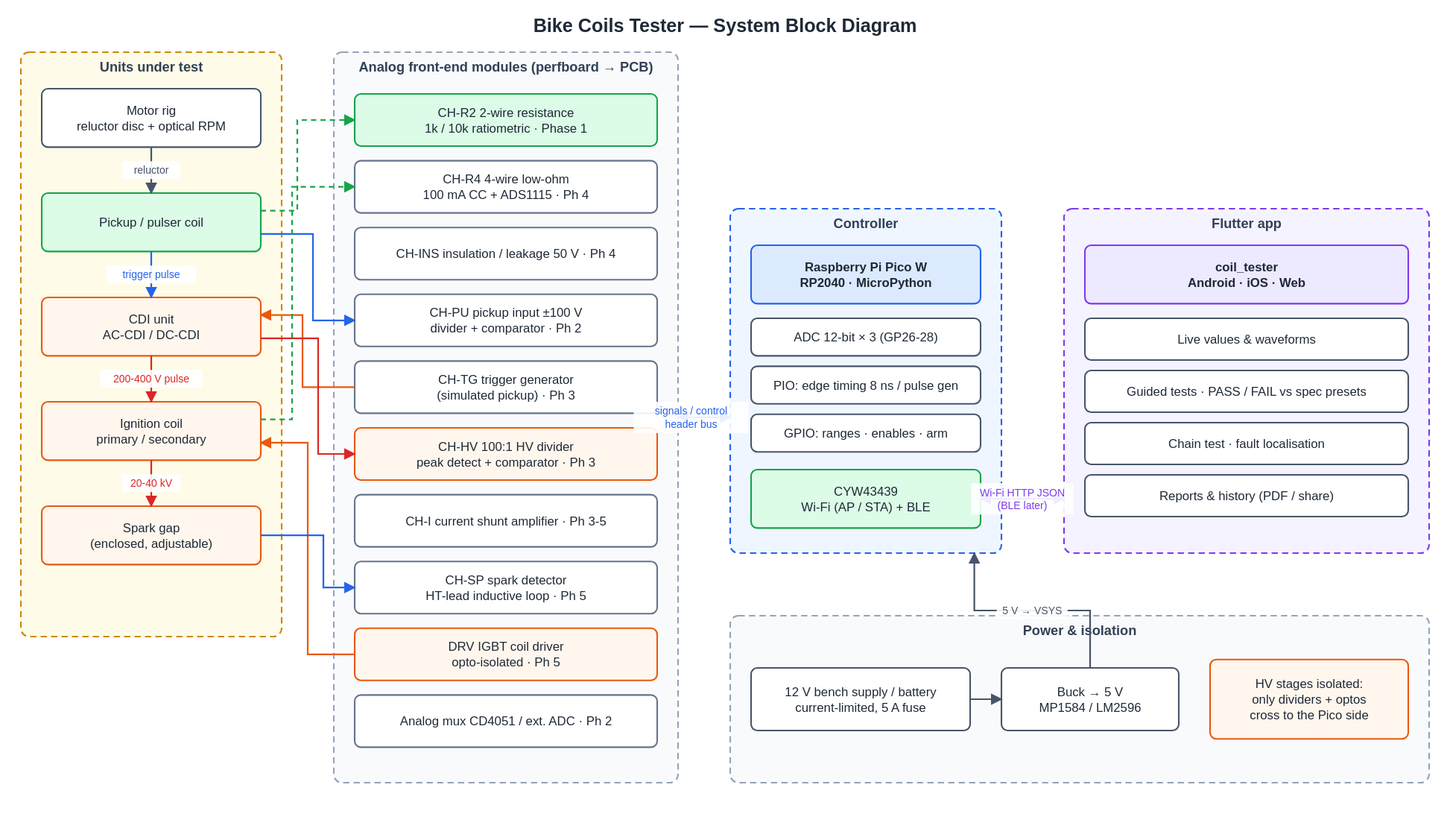
Above: hardware/diagrams/system-block-diagram.drawio.svg in sagarshrikant/bike-coils-tester (draw.io), before the change. Source tidied: cells renumbered, new cells last; positions are measured from the earlier drawing's top-left corner, leaving out a move shared by most shapes. Its diagram source:
```xml
<mxGraphModel>
  <root>
    <mxCell id="0" />
    <mxCell id="1" parent="0" />
    <mxCell id="2" value="Units under test" style="rounded=1;arcSize=3;whiteSpace=wrap;html=1;dashed=1;fillColor=#fefce8;strokeColor=#ca8a04;verticalAlign=top;fontStyle=1;fontSize=13;fontColor=#334155;" parent="1" vertex="1">
      <mxGeometry y="42" width="250" height="560" as="geometry" />
    </mxCell>
    <mxCell id="3" value="Analog front-end modules (perfboard → PCB)" style="rounded=1;arcSize=3;whiteSpace=wrap;html=1;dashed=1;fillColor=#f8fafc;strokeColor=#94a3b8;verticalAlign=top;fontStyle=1;fontSize=13;fontColor=#334155;" parent="1" vertex="1">
      <mxGeometry x="300" y="42" width="330" height="700" as="geometry" />
    </mxCell>
    <mxCell id="4" value="Controller" style="rounded=1;arcSize=3;whiteSpace=wrap;html=1;dashed=1;fillColor=#eff6ff;strokeColor=#2563eb;verticalAlign=top;fontStyle=1;fontSize=13;fontColor=#334155;" parent="1" vertex="1">
      <mxGeometry x="680" y="192" width="260" height="330" as="geometry" />
    </mxCell>
    <mxCell id="5" value="Flutter app" style="rounded=1;arcSize=3;whiteSpace=wrap;html=1;dashed=1;fillColor=#f5f3ff;strokeColor=#7c3aed;verticalAlign=top;fontStyle=1;fontSize=13;fontColor=#334155;" parent="1" vertex="1">
      <mxGeometry x="1000" y="192" width="350" height="330" as="geometry" />
    </mxCell>
    <mxCell id="6" value="Power &amp;amp; isolation" style="rounded=1;arcSize=3;whiteSpace=wrap;html=1;dashed=1;fillColor=#f8fafc;strokeColor=#94a3b8;verticalAlign=top;fontStyle=1;fontSize=13;fontColor=#334155;" parent="1" vertex="1">
      <mxGeometry x="680" y="582" width="670" height="160" as="geometry" />
    </mxCell>
    <mxCell id="7" value="Bike Coils Tester — System Block Diagram" style="rounded=1;arcSize=8;whiteSpace=wrap;html=1;fillColor=#ffffff;strokeColor=#ffffff;fontColor=#1f2937;fontSize=18;fontStyle=1;" parent="1" vertex="1">
      <mxGeometry width="1350" height="32" as="geometry" />
    </mxCell>
    <mxCell id="8" value="Motor rig&lt;br&gt;reluctor disc + optical RPM" style="rounded=1;arcSize=8;whiteSpace=wrap;html=1;fillColor=#ffffff;strokeColor=#475569;fontColor=#1f2937;fontSize=12;" parent="1" vertex="1">
      <mxGeometry x="20" y="77" width="210" height="56" as="geometry" />
    </mxCell>
    <mxCell id="9" value="Pickup / pulser coil" style="rounded=1;arcSize=8;whiteSpace=wrap;html=1;fillColor=#dcfce7;strokeColor=#16a34a;fontColor=#1f2937;fontSize=12;" parent="1" vertex="1">
      <mxGeometry x="20" y="177" width="210" height="56" as="geometry" />
    </mxCell>
    <mxCell id="10" value="CDI unit&lt;br&gt;AC-CDI / DC-CDI" style="rounded=1;arcSize=8;whiteSpace=wrap;html=1;fillColor=#fff7ed;strokeColor=#ea580c;fontColor=#1f2937;fontSize=12;" parent="1" vertex="1">
      <mxGeometry x="20" y="277" width="210" height="56" as="geometry" />
    </mxCell>
    <mxCell id="11" value="Ignition coil&lt;br&gt;primary / secondary" style="rounded=1;arcSize=8;whiteSpace=wrap;html=1;fillColor=#fff7ed;strokeColor=#ea580c;fontColor=#1f2937;fontSize=12;" parent="1" vertex="1">
      <mxGeometry x="20" y="377" width="210" height="56" as="geometry" />
    </mxCell>
    <mxCell id="12" value="Spark gap&lt;br&gt;(enclosed, adjustable)" style="rounded=1;arcSize=8;whiteSpace=wrap;html=1;fillColor=#fff7ed;strokeColor=#ea580c;fontColor=#1f2937;fontSize=12;" parent="1" vertex="1">
      <mxGeometry x="20" y="477" width="210" height="56" as="geometry" />
    </mxCell>
    <mxCell id="13" value="CH-R2  2-wire resistance&lt;br&gt;1k / 10k ratiometric  · Phase 1" style="rounded=1;arcSize=8;whiteSpace=wrap;html=1;fillColor=#dcfce7;strokeColor=#16a34a;fontColor=#1f2937;fontSize=12;" parent="1" vertex="1">
      <mxGeometry x="320" y="82" width="290" height="50" as="geometry" />
    </mxCell>
    <mxCell id="14" value="CH-R4  4-wire low-ohm&lt;br&gt;100 mA CC + ADS1115  · Ph 4" style="rounded=1;arcSize=8;whiteSpace=wrap;html=1;fillColor=#ffffff;strokeColor=#64748b;fontColor=#1f2937;fontSize=12;" parent="1" vertex="1">
      <mxGeometry x="320" y="146" width="290" height="50" as="geometry" />
    </mxCell>
    <mxCell id="15" value="CH-INS  insulation / leakage 50 V  · Ph 4" style="rounded=1;arcSize=8;whiteSpace=wrap;html=1;fillColor=#ffffff;strokeColor=#64748b;fontColor=#1f2937;fontSize=12;" parent="1" vertex="1">
      <mxGeometry x="320" y="210" width="290" height="50" as="geometry" />
    </mxCell>
    <mxCell id="16" value="CH-PU  pickup input ±100 V&lt;br&gt;divider + comparator  · Ph 2" style="rounded=1;arcSize=8;whiteSpace=wrap;html=1;fillColor=#ffffff;strokeColor=#64748b;fontColor=#1f2937;fontSize=12;" parent="1" vertex="1">
      <mxGeometry x="320" y="274" width="290" height="50" as="geometry" />
    </mxCell>
    <mxCell id="17" value="CH-TG  trigger generator&lt;br&gt;(simulated pickup)  · Ph 3" style="rounded=1;arcSize=8;whiteSpace=wrap;html=1;fillColor=#ffffff;strokeColor=#64748b;fontColor=#1f2937;fontSize=12;" parent="1" vertex="1">
      <mxGeometry x="320" y="338" width="290" height="50" as="geometry" />
    </mxCell>
    <mxCell id="18" value="CH-HV  100:1 HV divider&lt;br&gt;peak detect + comparator  · Ph 3" style="rounded=1;arcSize=8;whiteSpace=wrap;html=1;fillColor=#fff7ed;strokeColor=#ea580c;fontColor=#1f2937;fontSize=12;" parent="1" vertex="1">
      <mxGeometry x="320" y="402" width="290" height="50" as="geometry" />
    </mxCell>
    <mxCell id="19" value="CH-I  current shunt amplifier  · Ph 3-5" style="rounded=1;arcSize=8;whiteSpace=wrap;html=1;fillColor=#ffffff;strokeColor=#64748b;fontColor=#1f2937;fontSize=12;" parent="1" vertex="1">
      <mxGeometry x="320" y="466" width="290" height="50" as="geometry" />
    </mxCell>
    <mxCell id="20" value="CH-SP  spark detector&lt;br&gt;HT-lead inductive loop  · Ph 5" style="rounded=1;arcSize=8;whiteSpace=wrap;html=1;fillColor=#ffffff;strokeColor=#64748b;fontColor=#1f2937;fontSize=12;" parent="1" vertex="1">
      <mxGeometry x="320" y="530" width="290" height="50" as="geometry" />
    </mxCell>
    <mxCell id="21" value="DRV  IGBT coil driver&lt;br&gt;opto-isolated  · Ph 5" style="rounded=1;arcSize=8;whiteSpace=wrap;html=1;fillColor=#fff7ed;strokeColor=#ea580c;fontColor=#1f2937;fontSize=12;" parent="1" vertex="1">
      <mxGeometry x="320" y="594" width="290" height="50" as="geometry" />
    </mxCell>
    <mxCell id="22" value="Analog mux CD4051 / ext. ADC  · Ph 2" style="rounded=1;arcSize=8;whiteSpace=wrap;html=1;fillColor=#ffffff;strokeColor=#64748b;fontColor=#1f2937;fontSize=12;" parent="1" vertex="1">
      <mxGeometry x="320" y="658" width="290" height="50" as="geometry" />
    </mxCell>
    <mxCell id="23" value="Raspberry Pi Pico W&lt;br&gt;RP2040 · MicroPython" style="rounded=1;arcSize=8;whiteSpace=wrap;html=1;fillColor=#dbeafe;strokeColor=#2563eb;fontColor=#1f2937;fontSize=12;fontStyle=1;" parent="1" vertex="1">
      <mxGeometry x="700" y="227" width="220" height="56" as="geometry" />
    </mxCell>
    <mxCell id="24" value="ADC 12-bit × 3 (GP26-28)" style="rounded=1;arcSize=8;whiteSpace=wrap;html=1;fillColor=#ffffff;strokeColor=#475569;fontColor=#1f2937;fontSize=12;" parent="1" vertex="1">
      <mxGeometry x="700" y="297" width="220" height="36" as="geometry" />
    </mxCell>
    <mxCell id="25" value="PIO: edge timing 8 ns / pulse gen" style="rounded=1;arcSize=8;whiteSpace=wrap;html=1;fillColor=#ffffff;strokeColor=#475569;fontColor=#1f2937;fontSize=12;" parent="1" vertex="1">
      <mxGeometry x="700" y="343" width="220" height="36" as="geometry" />
    </mxCell>
    <mxCell id="26" value="GPIO: ranges · enables · arm" style="rounded=1;arcSize=8;whiteSpace=wrap;html=1;fillColor=#ffffff;strokeColor=#475569;fontColor=#1f2937;fontSize=12;" parent="1" vertex="1">
      <mxGeometry x="700" y="389" width="220" height="36" as="geometry" />
    </mxCell>
    <mxCell id="27" value="CYW43439&lt;br&gt;Wi-Fi (AP / STA) + BLE" style="rounded=1;arcSize=8;whiteSpace=wrap;html=1;fillColor=#dcfce7;strokeColor=#16a34a;fontColor=#1f2937;fontSize=12;" parent="1" vertex="1">
      <mxGeometry x="700" y="442" width="220" height="56" as="geometry" />
    </mxCell>
    <mxCell id="28" value="coil_tester&lt;br&gt;Android · iOS · Web" style="rounded=1;arcSize=8;whiteSpace=wrap;html=1;fillColor=#ede9fe;strokeColor=#7c3aed;fontColor=#1f2937;fontSize=12;fontStyle=1;" parent="1" vertex="1">
      <mxGeometry x="1020" y="227" width="310" height="56" as="geometry" />
    </mxCell>
    <mxCell id="29" value="Live values &amp;amp; waveforms" style="rounded=1;arcSize=8;whiteSpace=wrap;html=1;fillColor=#ffffff;strokeColor=#475569;fontColor=#1f2937;fontSize=12;" parent="1" vertex="1">
      <mxGeometry x="1020" y="297" width="310" height="40" as="geometry" />
    </mxCell>
    <mxCell id="30" value="Guided tests · PASS / FAIL vs spec presets" style="rounded=1;arcSize=8;whiteSpace=wrap;html=1;fillColor=#ffffff;strokeColor=#475569;fontColor=#1f2937;fontSize=12;" parent="1" vertex="1">
      <mxGeometry x="1020" y="347" width="310" height="40" as="geometry" />
    </mxCell>
    <mxCell id="31" value="Chain test · fault localisation" style="rounded=1;arcSize=8;whiteSpace=wrap;html=1;fillColor=#ffffff;strokeColor=#475569;fontColor=#1f2937;fontSize=12;" parent="1" vertex="1">
      <mxGeometry x="1020" y="397" width="310" height="40" as="geometry" />
    </mxCell>
    <mxCell id="32" value="Reports &amp;amp; history (PDF / share)" style="rounded=1;arcSize=8;whiteSpace=wrap;html=1;fillColor=#ffffff;strokeColor=#475569;fontColor=#1f2937;fontSize=12;" parent="1" vertex="1">
      <mxGeometry x="1020" y="447" width="310" height="40" as="geometry" />
    </mxCell>
    <mxCell id="33" value="12 V bench supply / battery&lt;br&gt;current-limited, 5 A fuse" style="rounded=1;arcSize=8;whiteSpace=wrap;html=1;fillColor=#ffffff;strokeColor=#475569;fontColor=#1f2937;fontSize=12;" parent="1" vertex="1">
      <mxGeometry x="700" y="632" width="210" height="60" as="geometry" />
    </mxCell>
    <mxCell id="34" value="Buck → 5 V&lt;br&gt;MP1584 / LM2596" style="rounded=1;arcSize=8;whiteSpace=wrap;html=1;fillColor=#ffffff;strokeColor=#475569;fontColor=#1f2937;fontSize=12;" parent="1" vertex="1">
      <mxGeometry x="940" y="632" width="170" height="60" as="geometry" />
    </mxCell>
    <mxCell id="35" value="HV stages isolated:&lt;br&gt;only dividers + optos&lt;br&gt;cross to the Pico side" style="rounded=1;arcSize=8;whiteSpace=wrap;html=1;fillColor=#fff7ed;strokeColor=#ea580c;fontColor=#1f2937;fontSize=12;" parent="1" vertex="1">
      <mxGeometry x="1140" y="624" width="190" height="76" as="geometry" />
    </mxCell>
    <mxCell id="36" value="reluctor" style="edgeStyle=orthogonalEdgeStyle;rounded=0;html=1;fontSize=10;fontColor=#475569;strokeColor=#475569;strokeWidth=1.6;exitX=0.5;exitY=1;exitDx=0;exitDy=0;entryX=0.5;entryY=0;entryDx=0;entryDy=0;endArrow=block;endFill=1;" parent="1" edge="1" source="8" target="9">
      <mxGeometry relative="1" as="geometry" />
    </mxCell>
    <mxCell id="37" value="trigger pulse" style="edgeStyle=orthogonalEdgeStyle;rounded=0;html=1;fontSize=10;fontColor=#2563eb;strokeColor=#2563eb;strokeWidth=1.6;exitX=0.5;exitY=1;exitDx=0;exitDy=0;entryX=0.5;entryY=0;entryDx=0;entryDy=0;endArrow=block;endFill=1;" parent="1" edge="1" source="9" target="10">
      <mxGeometry relative="1" as="geometry" />
    </mxCell>
    <mxCell id="38" value="200-400 V pulse" style="edgeStyle=orthogonalEdgeStyle;rounded=0;html=1;fontSize=10;fontColor=#dc2626;strokeColor=#dc2626;strokeWidth=1.6;exitX=0.5;exitY=1;exitDx=0;exitDy=0;entryX=0.5;entryY=0;entryDx=0;entryDy=0;endArrow=block;endFill=1;" parent="1" edge="1" source="10" target="11">
      <mxGeometry relative="1" as="geometry" />
    </mxCell>
    <mxCell id="39" value="20-40 kV" style="edgeStyle=orthogonalEdgeStyle;rounded=0;html=1;fontSize=10;fontColor=#dc2626;strokeColor=#dc2626;strokeWidth=1.6;exitX=0.5;exitY=1;exitDx=0;exitDy=0;entryX=0.5;entryY=0;entryDx=0;entryDy=0;endArrow=block;endFill=1;" parent="1" edge="1" source="11" target="12">
      <mxGeometry relative="1" as="geometry" />
    </mxCell>
    <mxCell id="40" style="edgeStyle=orthogonalEdgeStyle;rounded=0;html=1;fontSize=10;fontColor=#16a34a;strokeColor=#16a34a;strokeWidth=1.6;exitX=1;exitY=0.3;exitDx=0;exitDy=0;entryX=0;entryY=0.5;entryDx=0;entryDy=0;endArrow=block;endFill=1;dashed=1;" parent="1" edge="1" source="9" target="13">
      <mxGeometry relative="1" as="geometry">
        <Array as="points">
          <mxPoint x="265" y="193.8" />
          <mxPoint x="265" y="107" />
        </Array>
      </mxGeometry>
    </mxCell>
    <mxCell id="41" style="edgeStyle=orthogonalEdgeStyle;rounded=0;html=1;fontSize=10;fontColor=#2563eb;strokeColor=#2563eb;strokeWidth=1.6;exitX=1;exitY=0.7;exitDx=0;exitDy=0;entryX=0;entryY=0.5;entryDx=0;entryDy=0;endArrow=block;endFill=1;" parent="1" edge="1" source="9" target="16">
      <mxGeometry relative="1" as="geometry">
        <Array as="points">
          <mxPoint x="280" y="216.2" />
          <mxPoint x="280" y="299" />
        </Array>
      </mxGeometry>
    </mxCell>
    <mxCell id="42" style="edgeStyle=orthogonalEdgeStyle;rounded=0;html=1;fontSize=10;fontColor=#ea580c;strokeColor=#ea580c;strokeWidth=1.6;exitX=0;exitY=0.5;exitDx=0;exitDy=0;entryX=1;entryY=0.3;entryDx=0;entryDy=0;endArrow=block;endFill=1;" parent="1" edge="1" source="17" target="10">
      <mxGeometry relative="1" as="geometry">
        <Array as="points">
          <mxPoint x="270" y="363" />
          <mxPoint x="270" y="293.8" />
        </Array>
      </mxGeometry>
    </mxCell>
    <mxCell id="43" style="edgeStyle=orthogonalEdgeStyle;rounded=0;html=1;fontSize=10;fontColor=#dc2626;strokeColor=#dc2626;strokeWidth=1.6;exitX=1;exitY=0.7;exitDx=0;exitDy=0;entryX=0;entryY=0.5;entryDx=0;entryDy=0;endArrow=block;endFill=1;" parent="1" edge="1" source="10" target="18">
      <mxGeometry relative="1" as="geometry">
        <Array as="points">
          <mxPoint x="285" y="316.2" />
          <mxPoint x="285" y="427" />
        </Array>
      </mxGeometry>
    </mxCell>
    <mxCell id="44" style="edgeStyle=orthogonalEdgeStyle;rounded=0;html=1;fontSize=10;fontColor=#16a34a;strokeColor=#16a34a;strokeWidth=1.6;exitX=1;exitY=0.3;exitDx=0;exitDy=0;entryX=0;entryY=0.5;entryDx=0;entryDy=0;endArrow=block;endFill=1;dashed=1;" parent="1" edge="1" source="11" target="14">
      <mxGeometry relative="1" as="geometry">
        <Array as="points">
          <mxPoint x="260" y="393.8" />
          <mxPoint x="260" y="171" />
        </Array>
      </mxGeometry>
    </mxCell>
    <mxCell id="45" style="edgeStyle=orthogonalEdgeStyle;rounded=0;html=1;fontSize=10;fontColor=#ea580c;strokeColor=#ea580c;strokeWidth=1.6;exitX=0;exitY=0.5;exitDx=0;exitDy=0;entryX=1;entryY=0.7;entryDx=0;entryDy=0;endArrow=block;endFill=1;" parent="1" edge="1" source="21" target="11">
      <mxGeometry relative="1" as="geometry">
        <Array as="points">
          <mxPoint x="275" y="619" />
          <mxPoint x="275" y="416.2" />
        </Array>
      </mxGeometry>
    </mxCell>
    <mxCell id="46" style="edgeStyle=orthogonalEdgeStyle;rounded=0;html=1;fontSize=10;fontColor=#2563eb;strokeColor=#2563eb;strokeWidth=1.6;exitX=1;exitY=0.5;exitDx=0;exitDy=0;entryX=0;entryY=0.5;entryDx=0;entryDy=0;endArrow=block;endFill=1;" parent="1" edge="1" source="12" target="20">
      <mxGeometry relative="1" as="geometry">
        <Array as="points">
          <mxPoint x="290" y="505" />
          <mxPoint x="290" y="555" />
        </Array>
      </mxGeometry>
    </mxCell>
    <mxCell id="47" value="signals / control&lt;br&gt;header bus" style="edgeStyle=orthogonalEdgeStyle;rounded=0;html=1;fontSize=10;fontColor=#2563eb;strokeColor=#2563eb;strokeWidth=1.6;exitX=1;exitY=0.5;exitDx=0;exitDy=0;entryX=0;entryY=0.606;entryDx=0;entryDy=0;endArrow=block;endFill=1;startArrow=block;startFill=1;" parent="1" edge="1" source="3" target="4">
      <mxGeometry relative="1" as="geometry">
        <Array as="points">
          <mxPoint x="655" y="392" />
          <mxPoint x="655" y="392" />
        </Array>
      </mxGeometry>
    </mxCell>
    <mxCell id="48" value="Wi-Fi HTTP JSON&lt;br&gt;(BLE later)" style="edgeStyle=orthogonalEdgeStyle;rounded=0;html=1;fontSize=10;fontColor=#7c3aed;strokeColor=#7c3aed;strokeWidth=1.6;exitX=1;exitY=0.5;exitDx=0;exitDy=0;entryX=0;entryY=0.8424242424242424;entryDx=0;entryDy=0;endArrow=block;endFill=1;startArrow=block;startFill=1;" parent="1" edge="1" source="27" target="5">
      <mxGeometry relative="1" as="geometry" />
    </mxCell>
    <mxCell id="49" style="edgeStyle=orthogonalEdgeStyle;rounded=0;html=1;fontSize=10;fontColor=#475569;strokeColor=#475569;strokeWidth=1.6;exitX=1;exitY=0.5;exitDx=0;exitDy=0;entryX=0;entryY=0.5;entryDx=0;entryDy=0;endArrow=block;endFill=1;" parent="1" edge="1" source="33" target="34">
      <mxGeometry relative="1" as="geometry" />
    </mxCell>
    <mxCell id="50" value="5 V → VSYS" style="edgeStyle=orthogonalEdgeStyle;rounded=0;html=1;fontSize=10;fontColor=#475569;strokeColor=#475569;strokeWidth=1.6;exitX=0.5;exitY=0;exitDx=0;exitDy=0;entryX=0.9;entryY=1;entryDx=0;entryDy=0;endArrow=block;endFill=1;" parent="1" edge="1" source="34" target="4">
      <mxGeometry relative="1" as="geometry">
        <Array as="points">
          <mxPoint x="1025" y="577" />
          <mxPoint x="914" y="577" />
        </Array>
      </mxGeometry>
    </mxCell>
  </root>
</mxGraphModel>
```
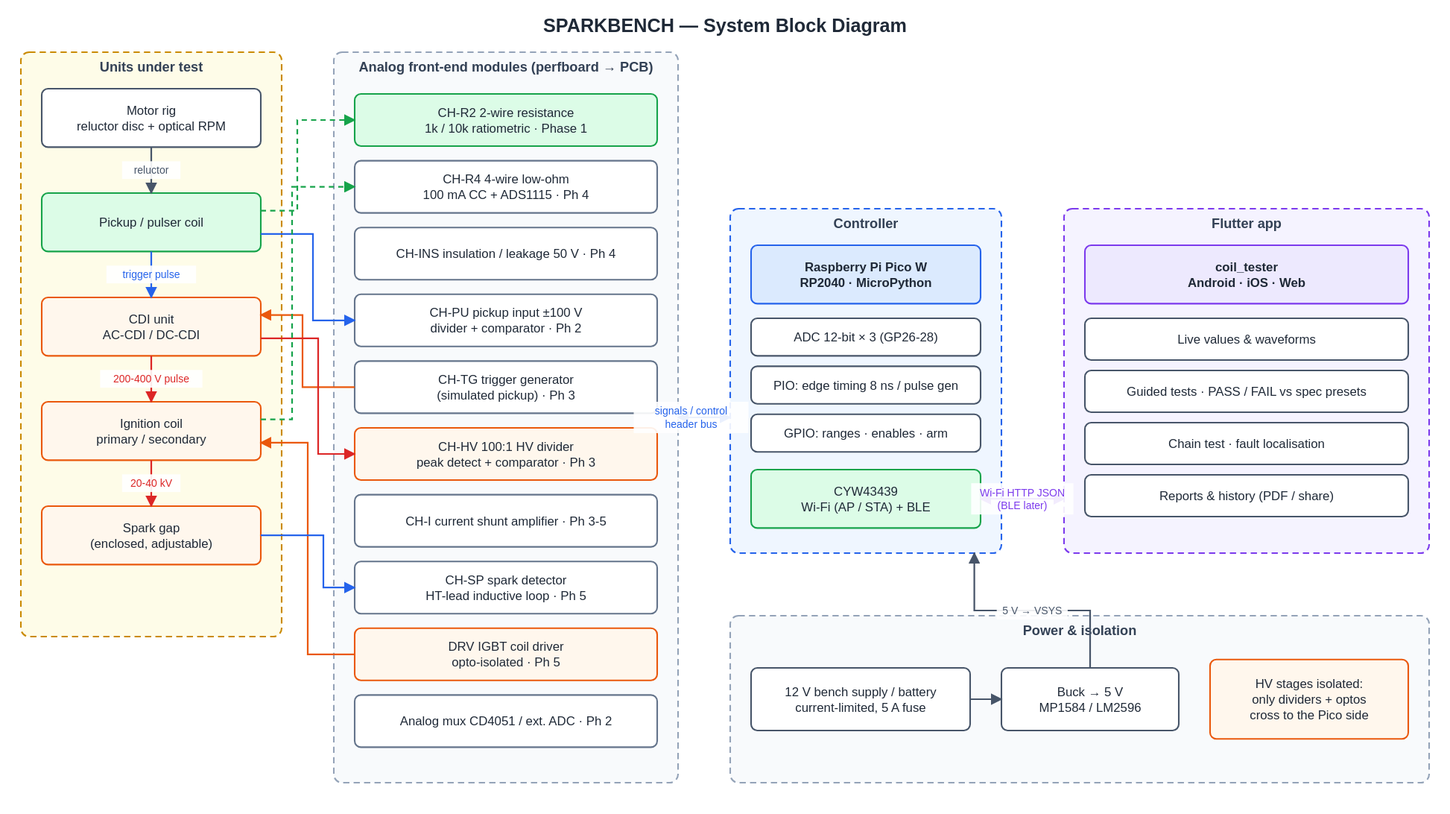
After the commit.

Change to the diagram source:
```diff
@@ -17,7 +17,7 @@
     <mxCell id="6" value="Power &amp;amp; isolation" style="rounded=1;arcSize=3;whiteSpace=wrap;html=1;dashed=1;fillColor=#f8fafc;strokeColor=#94a3b8;verticalAlign=top;fontStyle=1;fontSize=13;fontColor=#334155;" parent="1" vertex="1">
       <mxGeometry x="680" y="582" width="670" height="160" as="geometry" />
     </mxCell>
-    <mxCell id="7" value="Bike Coils Tester — System Block Diagram" style="rounded=1;arcSize=8;whiteSpace=wrap;html=1;fillColor=#ffffff;strokeColor=#ffffff;fontColor=#1f2937;fontSize=18;fontStyle=1;" parent="1" vertex="1">
+    <mxCell id="7" value="SPARKBENCH — System Block Diagram" style="rounded=1;arcSize=8;whiteSpace=wrap;html=1;fillColor=#ffffff;strokeColor=#ffffff;fontColor=#1f2937;fontSize=18;fontStyle=1;" parent="1" vertex="1">
       <mxGeometry width="1350" height="32" as="geometry" />
     </mxCell>
     <mxCell id="8" value="Motor rig&lt;br&gt;reluctor disc + optical RPM" style="rounded=1;arcSize=8;whiteSpace=wrap;html=1;fillColor=#ffffff;strokeColor=#475569;fontColor=#1f2937;fontSize=12;" parent="1" vertex="1">
```
